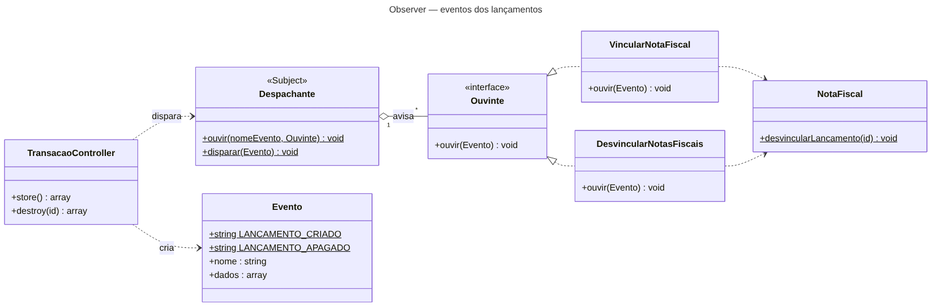
Before: docs/padroes/3-observer.png, a diagram exported from Mermaid (nicollylemos/DRE). Its source is kept beside it as docs/padroes/3-observer.mmd. The source it was exported from:
```mermaid
---
title: Observer — eventos dos lançamentos
---
classDiagram
    direction LR
    class TransacaoController {
        +store() array
        +destroy(id) array
    }
    class Despachante {
        <<Subject>>
        +ouvir(nomeEvento, Ouvinte)$ void
        +disparar(Evento)$ void
    }
    class Evento {
        +string LANCAMENTO_CRIADO$
        +string LANCAMENTO_APAGADO$
        +nome : string
        +dados : array
    }
    class Ouvinte {
        <<interface>>
        +ouvir(Evento) void
    }
    class VincularNotaFiscal { +ouvir(Evento) void }
    class DesvincularNotasFiscais { +ouvir(Evento) void }
    class NotaFiscal { +desvincularLancamento(id)$ void }
    TransacaoController ..> Despachante : dispara
    TransacaoController ..> Evento : cria
    Despachante "1" o-- "*" Ouvinte : avisa
    Ouvinte <|.. VincularNotaFiscal
    Ouvinte <|.. DesvincularNotasFiscais
    VincularNotaFiscal ..> NotaFiscal
    DesvincularNotasFiscais ..> NotaFiscal
```
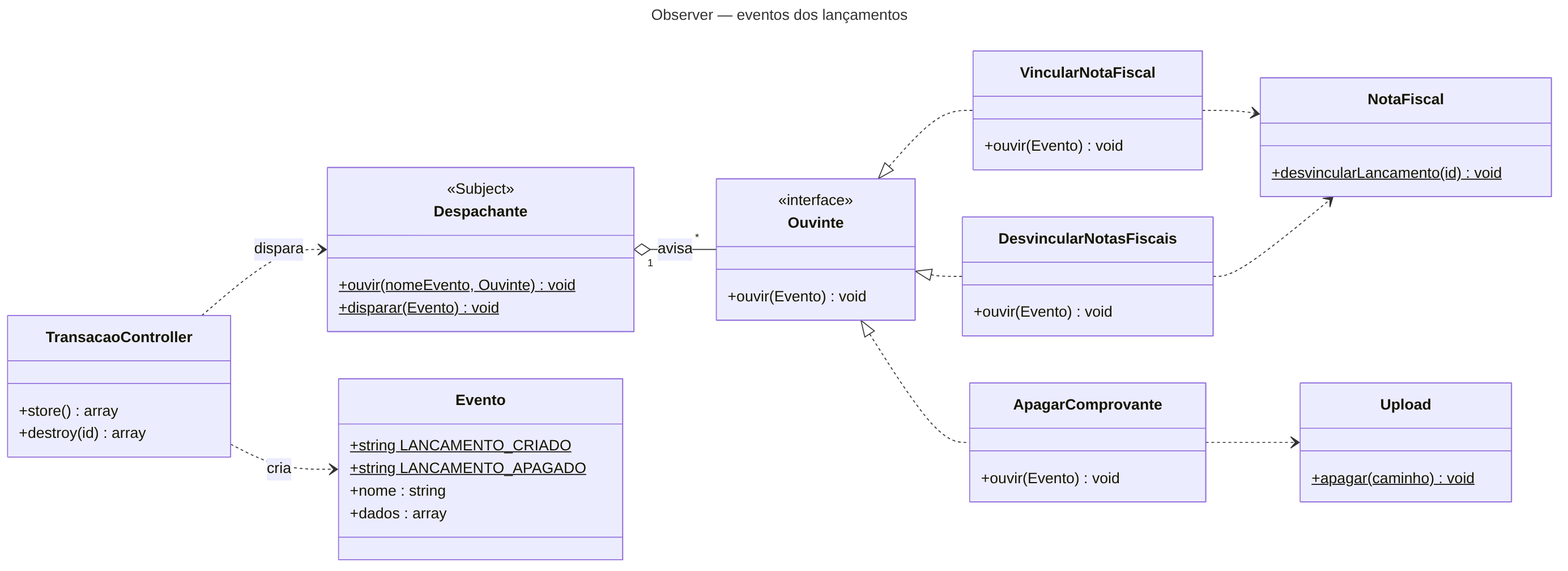
After the commit.

What changed in the source:
```diff
@@ -24,11 +24,15 @@
     }
     class VincularNotaFiscal { +ouvir(Evento) void }
     class DesvincularNotasFiscais { +ouvir(Evento) void }
+    class ApagarComprovante { +ouvir(Evento) void }
+    class Upload { +apagar(caminho)$ void }
     class NotaFiscal { +desvincularLancamento(id)$ void }
     TransacaoController ..> Despachante : dispara
     TransacaoController ..> Evento : cria
     Despachante "1" o-- "*" Ouvinte : avisa
     Ouvinte <|.. VincularNotaFiscal
     Ouvinte <|.. DesvincularNotasFiscais
+    Ouvinte <|.. ApagarComprovante
+    ApagarComprovante ..> Upload
     VincularNotaFiscal ..> NotaFiscal
     DesvincularNotasFiscais ..> NotaFiscal
```
